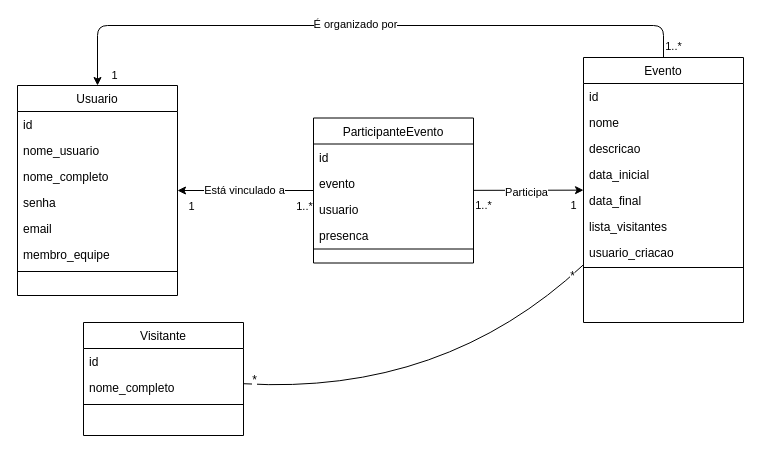
This is artefatos/srp_diagrama_classe.drawio from EricSantosdm/Sistema-de-Registro-de-Presenca-SRP, a draw.io file, before an edit. Source tidied: cells renumbered, new cells numbered last; positions are measured from the earlier drawing's top-left corner, leaving out a move shared by most shapes. Both pictures are drawn from the tidied source at 100%, with x=0, y=0 at pixel (17, 25).
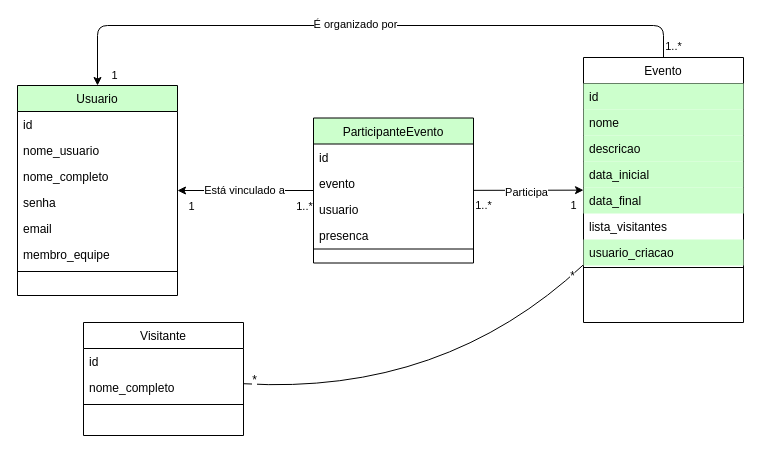
After the change.

Commit message:
feat: Atualizando o diagrama de classe, pintando de verde o que já foi feito no back

Unchanged cells that the change refers to:
```xml
<mxCell id="9" value="Evento" style="swimlane;fontStyle=0;align=center;verticalAlign=top;horizontal=1;startSize=26;rounded=0;shadow=0;strokeWidth=1;" parent="1" vertex="1">
  <mxGeometry x="566" y="32" width="160" height="265" as="geometry" />
</mxCell>
```

Diff of the diagram source:
```diff
@@
-    <mxCell id="10" value="id" style="text;align=left;verticalAlign=top;spacingLeft=4;spacingRight=4;overflow=hidden;" parent="9" vertex="1">
+    <mxCell id="10" value="id" style="text;align=left;verticalAlign=top;spacingLeft=4;spacingRight=4;overflow=hidden;fillColor=#CCFFCC;" parent="9" vertex="1">
       <mxGeometry y="26" width="160" height="26" as="geometry" />
     </mxCell>
-    <mxCell id="11" value="nome" style="text;align=left;verticalAlign=top;spacingLeft=4;spacingRight=4;overflow=hidden;rounded=0;shadow=0;html=0;" parent="9" vertex="1">
+    <mxCell id="11" value="nome" style="text;align=left;verticalAlign=top;spacingLeft=4;spacingRight=4;overflow=hidden;rounded=0;shadow=0;html=0;fillColor=#CCFFCC;" parent="9" vertex="1">
       <mxGeometry y="52" width="160" height="26" as="geometry" />
     </mxCell>
-    <mxCell id="12" value="descricao" style="text;align=left;verticalAlign=top;spacingLeft=4;spacingRight=4;overflow=hidden;rounded=0;shadow=0;html=0;" parent="9" vertex="1">
+    <mxCell id="12" value="descricao" style="text;align=left;verticalAlign=top;spacingLeft=4;spacingRight=4;overflow=hidden;rounded=0;shadow=0;html=0;fillColor=#CCFFCC;" parent="9" vertex="1">
       <mxGeometry y="78" width="160" height="26" as="geometry" />
     </mxCell>
-    <mxCell id="13" value="data_inicial" style="text;align=left;verticalAlign=top;spacingLeft=4;spacingRight=4;overflow=hidden;rounded=0;shadow=0;html=0;" parent="9" vertex="1">
+    <mxCell id="13" value="data_inicial" style="text;align=left;verticalAlign=top;spacingLeft=4;spacingRight=4;overflow=hidden;rounded=0;shadow=0;html=0;fillColor=#CCFFCC;" parent="9" vertex="1">
       <mxGeometry y="104" width="160" height="26" as="geometry" />
     </mxCell>
-    <mxCell id="14" value="data_final" style="text;align=left;verticalAlign=top;spacingLeft=4;spacingRight=4;overflow=hidden;rounded=0;shadow=0;html=0;" parent="9" vertex="1">
+    <mxCell id="14" value="data_final" style="text;align=left;verticalAlign=top;spacingLeft=4;spacingRight=4;overflow=hidden;rounded=0;shadow=0;html=0;fillColor=#CCFFCC;" parent="9" vertex="1">
       <mxGeometry y="130" width="160" height="26" as="geometry" />
     </mxCell>
@@
-    <mxCell id="16" value="usuario_criacao" style="text;align=left;verticalAlign=top;spacingLeft=4;spacingRight=4;overflow=hidden;rounded=0;shadow=0;html=0;" parent="9" vertex="1">
+    <mxCell id="16" value="usuario_criacao" style="text;align=left;verticalAlign=top;spacingLeft=4;spacingRight=4;overflow=hidden;rounded=0;shadow=0;html=0;fillColor=#CCFFCC;" parent="9" vertex="1">
       <mxGeometry y="182" width="160" height="26" as="geometry" />
     </mxCell>
@@
-    <mxCell id="18" value="Usuario" style="swimlane;fontStyle=0;align=center;verticalAlign=top;horizontal=1;startSize=26;rounded=0;shadow=0;strokeWidth=1;" parent="1" vertex="1">
+    <mxCell id="18" value="Usuario" style="swimlane;fontStyle=0;align=center;verticalAlign=top;horizontal=1;startSize=26;rounded=0;shadow=0;strokeWidth=1;fillColor=#CCFFCC;" parent="1" vertex="1">
       <mxGeometry y="60" width="160" height="210" as="geometry" />
     </mxCell>
@@
-    <mxCell id="38" value="ParticipanteEvento" style="swimlane;fontStyle=0;align=center;verticalAlign=top;horizontal=1;startSize=26;rounded=0;shadow=0;strokeWidth=1;" parent="1" vertex="1">
+    <mxCell id="38" value="ParticipanteEvento" style="swimlane;fontStyle=0;align=center;verticalAlign=top;horizontal=1;startSize=26;rounded=0;shadow=0;strokeWidth=1;fillColor=#CCFFCC;" parent="1" vertex="1">
       <mxGeometry x="296" y="92.5" width="160" height="145" as="geometry" />
     </mxCell>
```
